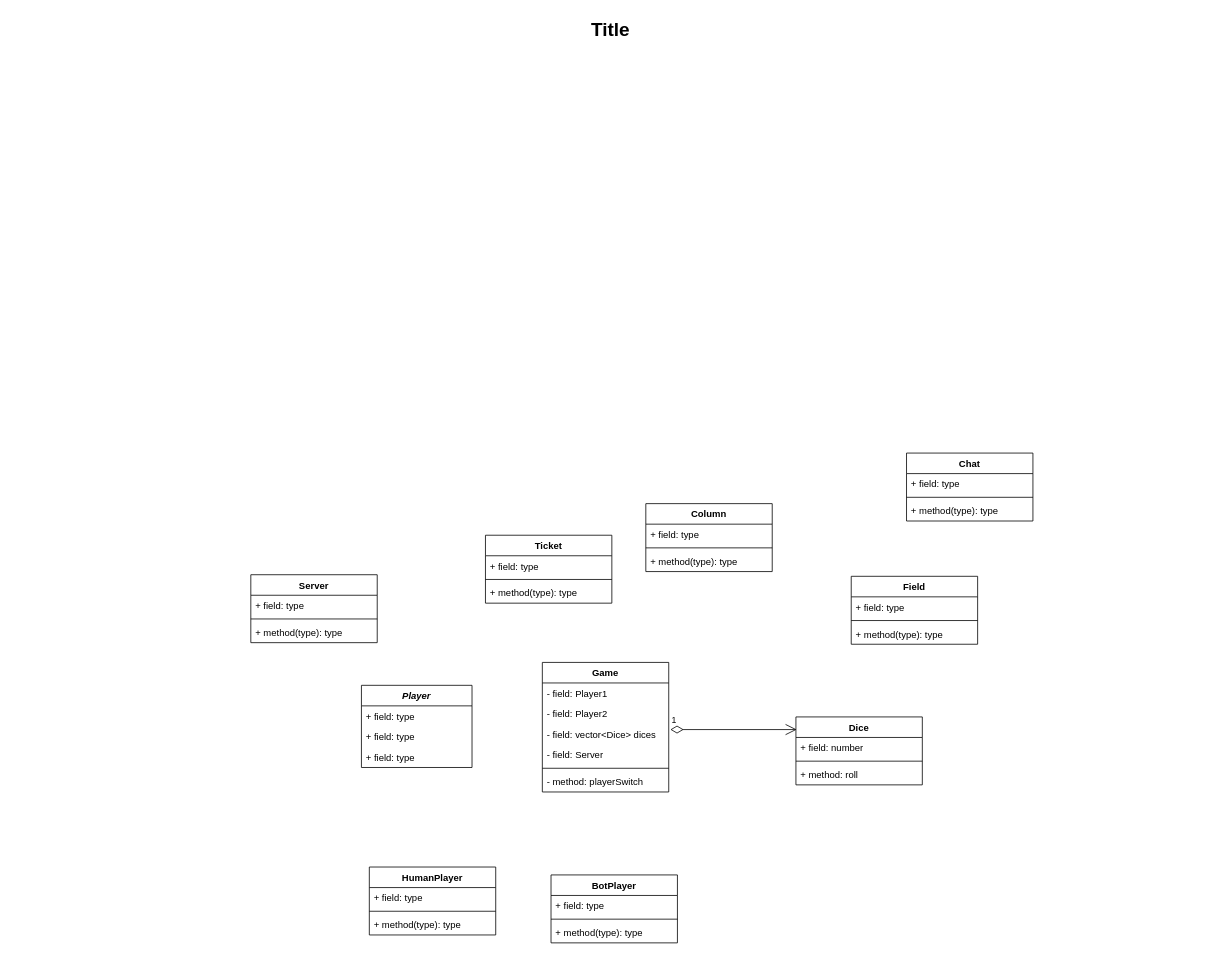
Above: Untitled Diagram.drawio in dnestorovic/Yamb (draw.io), before the change. Source tidied: cells renumbered, new cells numbered last; positions are measured from the earlier drawing's top-left corner, leaving out a move shared by most shapes. Both pictures are drawn from the tidied source at 79%, with x=0, y=0 at pixel (13, 13).
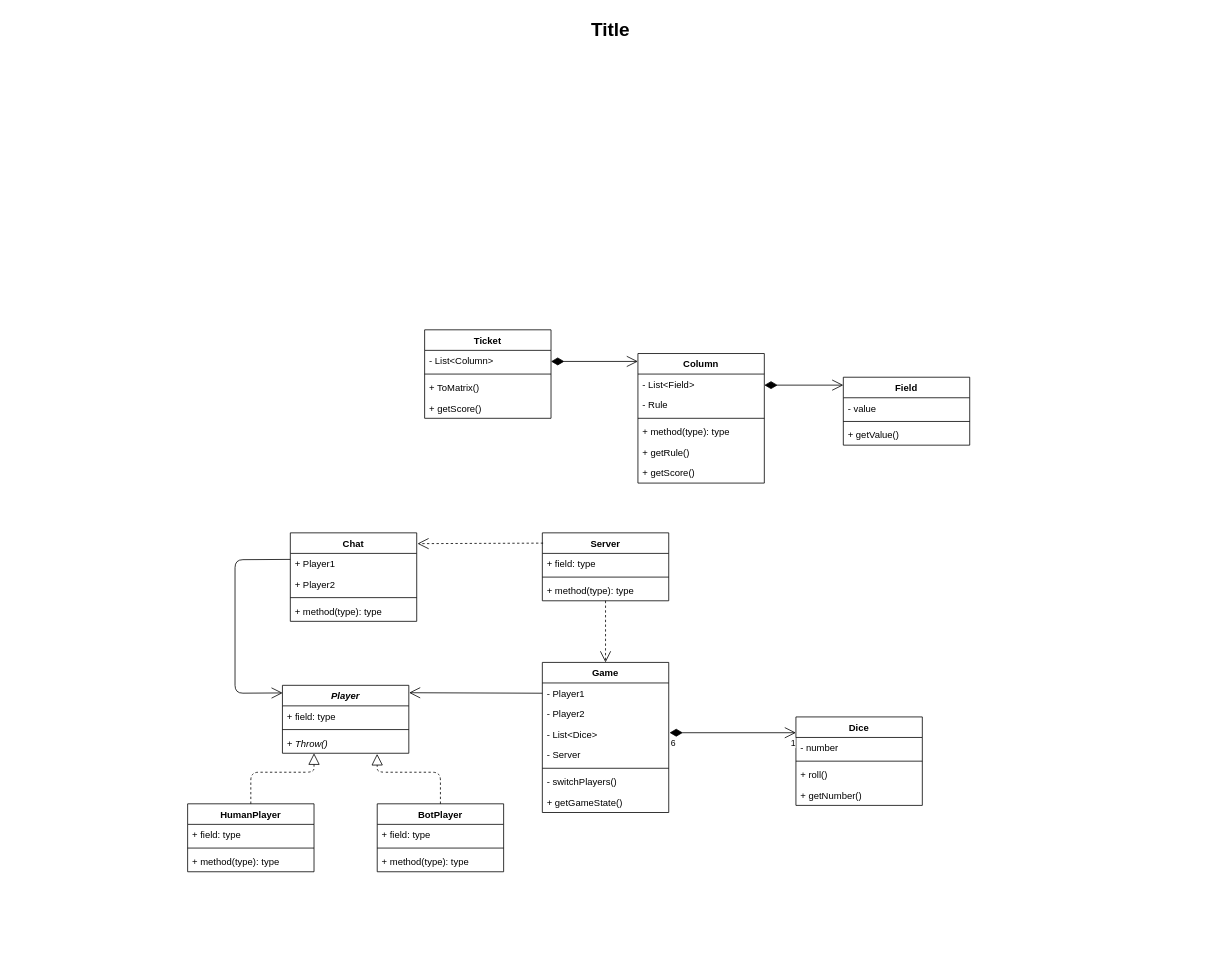
Above is the later version.

Change to the diagram source:
```diff
@@
     <mxCell id="3" value="Game" style="swimlane;fontStyle=1;align=center;verticalAlign=top;horizontal=1;startSize=26;" parent="1" vertex="1">
-      <mxGeometry x="669" y="821" width="160" height="164" as="geometry" />
+      <mxGeometry x="669" y="821" width="160" height="190" as="geometry" />
     </mxCell>
-    <mxCell id="4" value="- field: Player1&#10;" style="text;strokeColor=none;fillColor=none;align=left;verticalAlign=top;spacingLeft=4;spacingRight=4;overflow=hidden;points=[[0,0.5],[1,0.5]];portConstraint=eastwest;" parent="3" vertex="1">
+    <mxCell id="4" value="- Player1&#10;" style="text;strokeColor=none;fillColor=none;align=left;verticalAlign=top;spacingLeft=4;spacingRight=4;overflow=hidden;points=[[0,0.5],[1,0.5]];portConstraint=eastwest;" parent="3" vertex="1">
       <mxGeometry y="26" width="160" height="26" as="geometry" />
     </mxCell>
-    <mxCell id="5" value="- field: Player2" style="text;strokeColor=none;fillColor=none;align=left;verticalAlign=top;spacingLeft=4;spacingRight=4;overflow=hidden;" parent="3" vertex="1">
+    <mxCell id="5" value="- Player2" style="text;strokeColor=none;fillColor=none;align=left;verticalAlign=top;spacingLeft=4;spacingRight=4;overflow=hidden;" parent="3" vertex="1">
       <mxGeometry y="52" width="160" height="26" as="geometry" />
     </mxCell>
-    <mxCell id="6" value="- field: vector&lt;Dice&gt; dices&#10;&#10;" style="text;strokeColor=none;fillColor=none;align=left;verticalAlign=top;spacingLeft=4;spacingRight=4;overflow=hidden;" parent="3" vertex="1">
+    <mxCell id="6" value="- List&lt;Dice&gt;&#10;&#10;" style="text;strokeColor=none;fillColor=none;align=left;verticalAlign=top;spacingLeft=4;spacingRight=4;overflow=hidden;" parent="3" vertex="1">
       <mxGeometry y="78" width="160" height="26" as="geometry" />
     </mxCell>
-    <mxCell id="7" value="- field: Server&#10;" style="text;strokeColor=none;fillColor=none;align=left;verticalAlign=top;spacingLeft=4;spacingRight=4;overflow=hidden;" parent="3" vertex="1">
+    <mxCell id="7" value="- Server&#10;" style="text;strokeColor=none;fillColor=none;align=left;verticalAlign=top;spacingLeft=4;spacingRight=4;overflow=hidden;" parent="3" vertex="1">
       <mxGeometry y="104" width="160" height="26" as="geometry" />
     </mxCell>
@@
-    <mxCell id="9" value="- method: playerSwitch" style="text;strokeColor=none;fillColor=none;align=left;verticalAlign=top;spacingLeft=4;spacingRight=4;overflow=hidden;" parent="3" vertex="1">
+    <mxCell id="9" value="- switchPlayers()" style="text;strokeColor=none;fillColor=none;align=left;verticalAlign=top;spacingLeft=4;spacingRight=4;overflow=hidden;" parent="3" vertex="1">
       <mxGeometry y="138" width="160" height="26" as="geometry" />
     </mxCell>
+    <mxCell id="47" value="+ getGameState()" style="text;strokeColor=none;fillColor=none;align=left;verticalAlign=top;spacingLeft=4;spacingRight=4;overflow=hidden;" parent="3" vertex="1">
+      <mxGeometry y="164" width="160" height="26" as="geometry" />
+    </mxCell>
     <mxCell id="10" value="Dice" style="swimlane;fontStyle=1;align=center;verticalAlign=top;horizontal=1;startSize=26;" parent="1" vertex="1">
-      <mxGeometry x="990" y="890" width="160" height="86" as="geometry" />
+      <mxGeometry x="990" y="890" width="160" height="112" as="geometry" />
     </mxCell>
-    <mxCell id="11" value="+ field: number" style="text;strokeColor=none;fillColor=none;align=left;verticalAlign=top;spacingLeft=4;spacingRight=4;overflow=hidden;" parent="10" vertex="1">
+    <mxCell id="11" value="- number" style="text;strokeColor=none;fillColor=none;align=left;verticalAlign=top;spacingLeft=4;spacingRight=4;overflow=hidden;" parent="10" vertex="1">
       <mxGeometry y="26" width="160" height="26" as="geometry" />
     </mxCell>
@@
-    <mxCell id="13" value="+ method: roll" style="text;strokeColor=none;fillColor=none;align=left;verticalAlign=top;spacingLeft=4;spacingRight=4;overflow=hidden;" parent="10" vertex="1">
+    <mxCell id="13" value="+ roll()" style="text;strokeColor=none;fillColor=none;align=left;verticalAlign=top;spacingLeft=4;spacingRight=4;overflow=hidden;" parent="10" vertex="1">
       <mxGeometry y="60" width="160" height="26" as="geometry" />
     </mxCell>
-    <mxCell id="14" value="1" style="endArrow=open;html=1;endSize=12;startArrow=diamondThin;startSize=14;startFill=0;edgeStyle=orthogonalEdgeStyle;align=left;verticalAlign=bottom;" parent="1" edge="1">
-      <mxGeometry x="-1" y="3" relative="1" as="geometry">
-        <mxPoint x="831" y="906" as="sourcePoint" />
-        <mxPoint x="991" y="906" as="targetPoint" />
-      </mxGeometry>
-    </mxCell>
-    <mxCell id="15" value="Player" style="swimlane;fontStyle=3;horizontal=1;startSize=26;fillColor=none;" parent="1" vertex="1">
-      <mxGeometry x="440" y="850" width="140" height="104" as="geometry" />
-    </mxCell>
-    <mxCell id="16" value="+ field: type" style="text;strokeColor=none;fillColor=none;align=left;verticalAlign=top;spacingLeft=4;spacingRight=4;overflow=hidden;" parent="15" vertex="1">
-      <mxGeometry y="26" width="140" height="26" as="geometry" />
-    </mxCell>
-    <mxCell id="17" value="+ field: type" style="text;strokeColor=none;fillColor=none;align=left;verticalAlign=top;spacingLeft=4;spacingRight=4;overflow=hidden;" parent="15" vertex="1">
-      <mxGeometry y="52" width="140" height="26" as="geometry" />
-    </mxCell>
-    <mxCell id="18" value="+ field: type" style="text;strokeColor=none;fillColor=none;align=left;verticalAlign=top;spacingLeft=4;spacingRight=4;overflow=hidden;" parent="15" vertex="1">
-      <mxGeometry y="78" width="140" height="26" as="geometry" />
-    </mxCell>
+    <mxCell id="48" value="+ getNumber()" style="text;strokeColor=none;fillColor=none;align=left;verticalAlign=top;spacingLeft=4;spacingRight=4;overflow=hidden;" parent="10" vertex="1">
+      <mxGeometry y="86" width="160" height="26" as="geometry" />
+    </mxCell>
     <mxCell id="19" value="Server" style="swimlane;fontStyle=1;align=center;verticalAlign=top;horizontal=1;startSize=26;" parent="1" vertex="1">
-      <mxGeometry x="300" y="710" width="160" height="86" as="geometry" />
+      <mxGeometry x="669" y="657" width="160" height="86" as="geometry" />
     </mxCell>
@@
     <mxCell id="23" value="Ticket&#10;" style="swimlane;fontStyle=1;align=center;verticalAlign=top;horizontal=1;startSize=26;" parent="1" vertex="1">
-      <mxGeometry x="597" y="660" width="160" height="86" as="geometry" />
+      <mxGeometry x="520" y="400" width="160" height="112" as="geometry" />
     </mxCell>
-    <mxCell id="24" value="+ field: type" style="text;strokeColor=none;fillColor=none;align=left;verticalAlign=top;spacingLeft=4;spacingRight=4;overflow=hidden;" parent="23" vertex="1">
+    <mxCell id="24" value="- List&lt;Column&gt;" style="text;strokeColor=none;fillColor=none;align=left;verticalAlign=top;spacingLeft=4;spacingRight=4;overflow=hidden;" parent="23" vertex="1">
       <mxGeometry y="26" width="160" height="26" as="geometry" />
     </mxCell>
@@
-    <mxCell id="26" value="+ method(type): type" style="text;strokeColor=none;fillColor=none;align=left;verticalAlign=top;spacingLeft=4;spacingRight=4;overflow=hidden;" parent="23" vertex="1">
+    <mxCell id="26" value="+ ToMatrix()" style="text;strokeColor=none;fillColor=none;align=left;verticalAlign=top;spacingLeft=4;spacingRight=4;overflow=hidden;" parent="23" vertex="1">
       <mxGeometry y="60" width="160" height="26" as="geometry" />
     </mxCell>
+    <mxCell id="49" value="+ getScore()" style="text;strokeColor=none;fillColor=none;align=left;verticalAlign=top;spacingLeft=4;spacingRight=4;overflow=hidden;" parent="23" vertex="1">
+      <mxGeometry y="86" width="160" height="26" as="geometry" />
+    </mxCell>
     <mxCell id="27" value="Column&#10;" style="swimlane;fontStyle=1;align=center;verticalAlign=top;horizontal=1;startSize=26;" parent="1" vertex="1">
-      <mxGeometry x="800" y="620" width="160" height="86" as="geometry" />
+      <mxGeometry x="790" y="430" width="160" height="164" as="geometry" />
     </mxCell>
-    <mxCell id="28" value="+ field: type" style="text;strokeColor=none;fillColor=none;align=left;verticalAlign=top;spacingLeft=4;spacingRight=4;overflow=hidden;" parent="27" vertex="1">
+    <mxCell id="28" value="- List&lt;Field&gt;" style="text;strokeColor=none;fillColor=none;align=left;verticalAlign=top;spacingLeft=4;spacingRight=4;overflow=hidden;" parent="27" vertex="1">
       <mxGeometry y="26" width="160" height="26" as="geometry" />
     </mxCell>
+    <mxCell id="50" value="- Rule" style="text;strokeColor=none;fillColor=none;align=left;verticalAlign=top;spacingLeft=4;spacingRight=4;overflow=hidden;" parent="27" vertex="1">
+      <mxGeometry y="52" width="160" height="26" as="geometry" />
+    </mxCell>
     <mxCell id="29" style="line;strokeWidth=1;fillColor=none;align=left;verticalAlign=middle;spacingTop=-1;spacingLeft=3;spacingRight=3;labelPosition=right;" parent="27" vertex="1">
-      <mxGeometry y="52" width="160" height="8" as="geometry" />
+      <mxGeometry y="78" width="160" height="8" as="geometry" />
     </mxCell>
     <mxCell id="30" value="+ method(type): type" style="text;strokeColor=none;fillColor=none;align=left;verticalAlign=top;spacingLeft=4;spacingRight=4;overflow=hidden;" parent="27" vertex="1">
-      <mxGeometry y="60" width="160" height="26" as="geometry" />
+      <mxGeometry y="86" width="160" height="26" as="geometry" />
     </mxCell>
+    <mxCell id="51" value="+ getRule()" style="text;strokeColor=none;fillColor=none;align=left;verticalAlign=top;spacingLeft=4;spacingRight=4;overflow=hidden;" parent="27" vertex="1">
+      <mxGeometry y="112" width="160" height="26" as="geometry" />
+    </mxCell>
+    <mxCell id="52" value="+ getScore()" style="text;strokeColor=none;fillColor=none;align=left;verticalAlign=top;spacingLeft=4;spacingRight=4;overflow=hidden;" parent="27" vertex="1">
+      <mxGeometry y="138" width="160" height="26" as="geometry" />
+    </mxCell>
     <mxCell id="31" value="Field" style="swimlane;fontStyle=1;align=center;verticalAlign=top;horizontal=1;startSize=26;" parent="1" vertex="1">
-      <mxGeometry x="1060" y="712" width="160" height="86" as="geometry" />
+      <mxGeometry x="1050" y="460" width="160" height="86" as="geometry" />
     </mxCell>
-    <mxCell id="32" value="+ field: type" style="text;strokeColor=none;fillColor=none;align=left;verticalAlign=top;spacingLeft=4;spacingRight=4;overflow=hidden;" parent="31" vertex="1">
+    <mxCell id="32" value="- value" style="text;strokeColor=none;fillColor=none;align=left;verticalAlign=top;spacingLeft=4;spacingRight=4;overflow=hidden;" parent="31" vertex="1">
       <mxGeometry y="26" width="160" height="26" as="geometry" />
     </mxCell>
@@
-    <mxCell id="34" value="+ method(type): type" style="text;strokeColor=none;fillColor=none;align=left;verticalAlign=top;spacingLeft=4;spacingRight=4;overflow=hidden;" parent="31" vertex="1">
+    <mxCell id="34" value="+ getValue()" style="text;strokeColor=none;fillColor=none;align=left;verticalAlign=top;spacingLeft=4;spacingRight=4;overflow=hidden;" parent="31" vertex="1">
       <mxGeometry y="60" width="160" height="26" as="geometry" />
     </mxCell>
     <mxCell id="35" value="Chat" style="swimlane;fontStyle=1;align=center;verticalAlign=top;horizontal=1;startSize=26;" parent="1" vertex="1">
-      <mxGeometry x="1130" y="556" width="160" height="86" as="geometry" />
+      <mxGeometry x="350" y="657" width="160" height="112" as="geometry" />
     </mxCell>
-    <mxCell id="36" value="+ field: type" style="text;strokeColor=none;fillColor=none;align=left;verticalAlign=top;spacingLeft=4;spacingRight=4;overflow=hidden;" parent="35" vertex="1">
+    <mxCell id="36" value="+ Player1" style="text;strokeColor=none;fillColor=none;align=left;verticalAlign=top;spacingLeft=4;spacingRight=4;overflow=hidden;" parent="35" vertex="1">
       <mxGeometry y="26" width="160" height="26" as="geometry" />
     </mxCell>
+    <mxCell id="53" value="+ Player2" style="text;strokeColor=none;fillColor=none;align=left;verticalAlign=top;spacingLeft=4;spacingRight=4;overflow=hidden;" parent="35" vertex="1">
+      <mxGeometry y="52" width="160" height="26" as="geometry" />
+    </mxCell>
     <mxCell id="37" style="line;strokeWidth=1;fillColor=none;align=left;verticalAlign=middle;spacingTop=-1;spacingLeft=3;spacingRight=3;labelPosition=right;" parent="35" vertex="1">
-      <mxGeometry y="52" width="160" height="8" as="geometry" />
+      <mxGeometry y="78" width="160" height="8" as="geometry" />
     </mxCell>
     <mxCell id="38" value="+ method(type): type" style="text;strokeColor=none;fillColor=none;align=left;verticalAlign=top;spacingLeft=4;spacingRight=4;overflow=hidden;" parent="35" vertex="1">
-      <mxGeometry y="60" width="160" height="26" as="geometry" />
+      <mxGeometry y="86" width="160" height="26" as="geometry" />
     </mxCell>
     <mxCell id="39" value="HumanPlayer" style="swimlane;fontStyle=1;align=center;verticalAlign=top;horizontal=1;startSize=26;" parent="1" vertex="1">
-      <mxGeometry x="450" y="1080" width="160" height="86" as="geometry" />
+      <mxGeometry x="220" y="1000" width="160" height="86" as="geometry" />
     </mxCell>
@@
     <mxCell id="43" value="BotPlayer" style="swimlane;fontStyle=1;align=center;verticalAlign=top;horizontal=1;startSize=26;" parent="1" vertex="1">
-      <mxGeometry x="680" y="1090" width="160" height="86" as="geometry" />
+      <mxGeometry x="460" y="1000" width="160" height="86" as="geometry" />
     </mxCell>
@@
+    <mxCell id="15" value="Player" style="swimlane;fontStyle=3;align=center;verticalAlign=top;horizontal=1;startSize=26;" parent="1" vertex="1">
+      <mxGeometry x="340" y="850" width="160" height="86" as="geometry" />
+    </mxCell>
+    <mxCell id="54" value="+ field: type" style="text;strokeColor=none;fillColor=none;align=left;verticalAlign=top;spacingLeft=4;spacingRight=4;overflow=hidden;" parent="15" vertex="1">
+      <mxGeometry y="26" width="160" height="26" as="geometry" />
+    </mxCell>
+    <mxCell id="55" style="line;strokeWidth=1;fillColor=none;align=left;verticalAlign=middle;spacingTop=-1;spacingLeft=3;spacingRight=3;labelPosition=right;" parent="15" vertex="1">
+      <mxGeometry y="52" width="160" height="8" as="geometry" />
+    </mxCell>
+    <mxCell id="56" value="+ Throw()" style="text;strokeColor=none;fillColor=none;align=left;verticalAlign=top;spacingLeft=4;spacingRight=4;overflow=hidden;points=[[0,0.5],[1,0.5]];portConstraint=eastwest;fontStyle=2;" parent="15" vertex="1">
+      <mxGeometry y="60" width="160" height="26" as="geometry" />
+    </mxCell>
+    <mxCell id="57" style="endArrow=block;dashed=1;endFill=0;endSize=12;html=1;entryX=0.25;entryY=1.001;entryDx=0;entryDy=0;entryPerimeter=0;" parent="1" edge="1" target="56">
+      <mxGeometry relative="1" as="geometry">
+        <mxPoint x="300" y="1000" as="sourcePoint" />
+        <Array as="points">
+          <mxPoint x="300" y="960" />
+          <mxPoint x="380" y="960" />
+        </Array>
+      </mxGeometry>
+    </mxCell>
+    <mxCell id="58" style="endArrow=block;dashed=1;endFill=0;endSize=12;html=1;entryX=0.749;entryY=1.031;entryDx=0;entryDy=0;entryPerimeter=0;" parent="1" edge="1" target="56">
+      <mxGeometry relative="1" as="geometry">
+        <mxPoint x="540" y="1000" as="sourcePoint" />
+        <Array as="points">
+          <mxPoint x="540" y="960" />
+          <mxPoint x="460" y="960" />
+        </Array>
+      </mxGeometry>
+    </mxCell>
+    <mxCell id="59" style="endArrow=open;html=1;endSize=12;startArrow=diamondThin;startSize=14;startFill=1;edgeStyle=orthogonalEdgeStyle;strokeColor=#000000;" parent="1" edge="1">
+      <mxGeometry relative="1" as="geometry">
+        <mxPoint x="830" y="910" as="sourcePoint" />
+        <mxPoint x="990" y="910" as="targetPoint" />
+      </mxGeometry>
+    </mxCell>
+    <mxCell id="60" value="6" style="edgeLabel;html=1;align=left;verticalAlign=top;" parent="59" vertex="1">
+      <mxGeometry x="-1" relative="1" as="geometry" />
+    </mxCell>
+    <mxCell id="14" value="1" style="edgeLabel;html=1;align=right;verticalAlign=top;" parent="59" vertex="1">
+      <mxGeometry x="1" relative="1" as="geometry" />
+    </mxCell>
+    <mxCell id="61" style="endArrow=open;endFill=1;endSize=12;html=1;strokeColor=#000000;exitX=0;exitY=0.5;exitDx=0;exitDy=0;entryX=1.002;entryY=0.109;entryDx=0;entryDy=0;entryPerimeter=0;" parent="1" edge="1" source="4" target="15">
+      <mxGeometry relative="1" as="geometry" />
+    </mxCell>
+    <mxCell id="62" style="endArrow=open;endSize=12;dashed=1;html=1;strokeColor=#000000;entryX=0.5;entryY=0;entryDx=0;entryDy=0;exitX=0.5;exitY=1;exitDx=0;exitDy=0;" parent="1" edge="1" source="19" target="3">
+      <mxGeometry relative="1" as="geometry" />
+    </mxCell>
+    <mxCell id="63" style="endArrow=open;endFill=1;endSize=12;html=1;strokeColor=#000000;exitX=0;exitY=0.5;exitDx=0;exitDy=0;entryX=0.002;entryY=0.112;entryDx=0;entryDy=0;entryPerimeter=0;" parent="1" edge="1" target="15">
+      <mxGeometry relative="1" as="geometry">
+        <mxPoint x="350" y="690.6" as="sourcePoint" />
+        <Array as="points">
+          <mxPoint x="280" y="691" />
+          <mxPoint x="280" y="860" />
+        </Array>
+      </mxGeometry>
+    </mxCell>
+    <mxCell id="64" style="endArrow=open;endSize=12;dashed=1;html=1;strokeColor=#000000;entryX=1.006;entryY=0.122;entryDx=0;entryDy=0;entryPerimeter=0;" parent="1" edge="1" target="35">
+      <mxGeometry relative="1" as="geometry">
+        <mxPoint x="670" y="670" as="sourcePoint" />
+      </mxGeometry>
+    </mxCell>
+    <mxCell id="65" style="endArrow=open;html=1;endSize=12;startArrow=diamondThin;startSize=14;startFill=1;edgeStyle=orthogonalEdgeStyle;strokeColor=#000000;" parent="1" edge="1">
+      <mxGeometry relative="1" as="geometry">
+        <mxPoint x="680" y="440" as="sourcePoint" />
+        <mxPoint x="790" y="440" as="targetPoint" />
+      </mxGeometry>
+    </mxCell>
+    <mxCell id="66" style="endArrow=open;html=1;endSize=12;startArrow=diamondThin;startSize=14;startFill=1;edgeStyle=orthogonalEdgeStyle;strokeColor=#000000;" parent="1" edge="1">
+      <mxGeometry relative="1" as="geometry">
+        <mxPoint x="950" y="470" as="sourcePoint" />
+        <mxPoint x="1050" y="470" as="targetPoint" />
+      </mxGeometry>
+    </mxCell>
```
